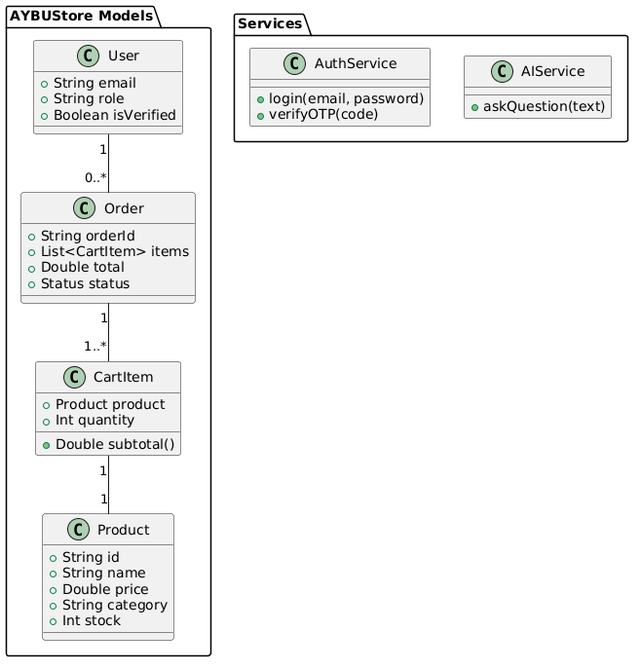
Earlier version of the PlantUML export work/diagrams_aybustore/class_diagram.png (myz21/AYBUStore). The source it was exported from:
```plantuml
@startuml
package "AYBUStore Models" {
  class Product {
    +String id
    +String name
    +Double price
    +String category
    +Int stock
  }

  class CartItem {
    +Product product
    +Int quantity
    +Double subtotal()
  }

  class User {
    +String email
    +String role
    +Boolean isVerified
  }

  class Order {
    +String orderId
    +List<CartItem> items
    +Double total
    +Status status
  }
}

package "Services" {
  class AuthService {
    +login(email, password)
    +verifyOTP(code)
  }

  class AIService {
    +askQuestion(text)
  }
}

User "1" -- "0..*" Order
Order "1" -- "1..*" CartItem
CartItem "1" -- "1" Product
@enduml
```
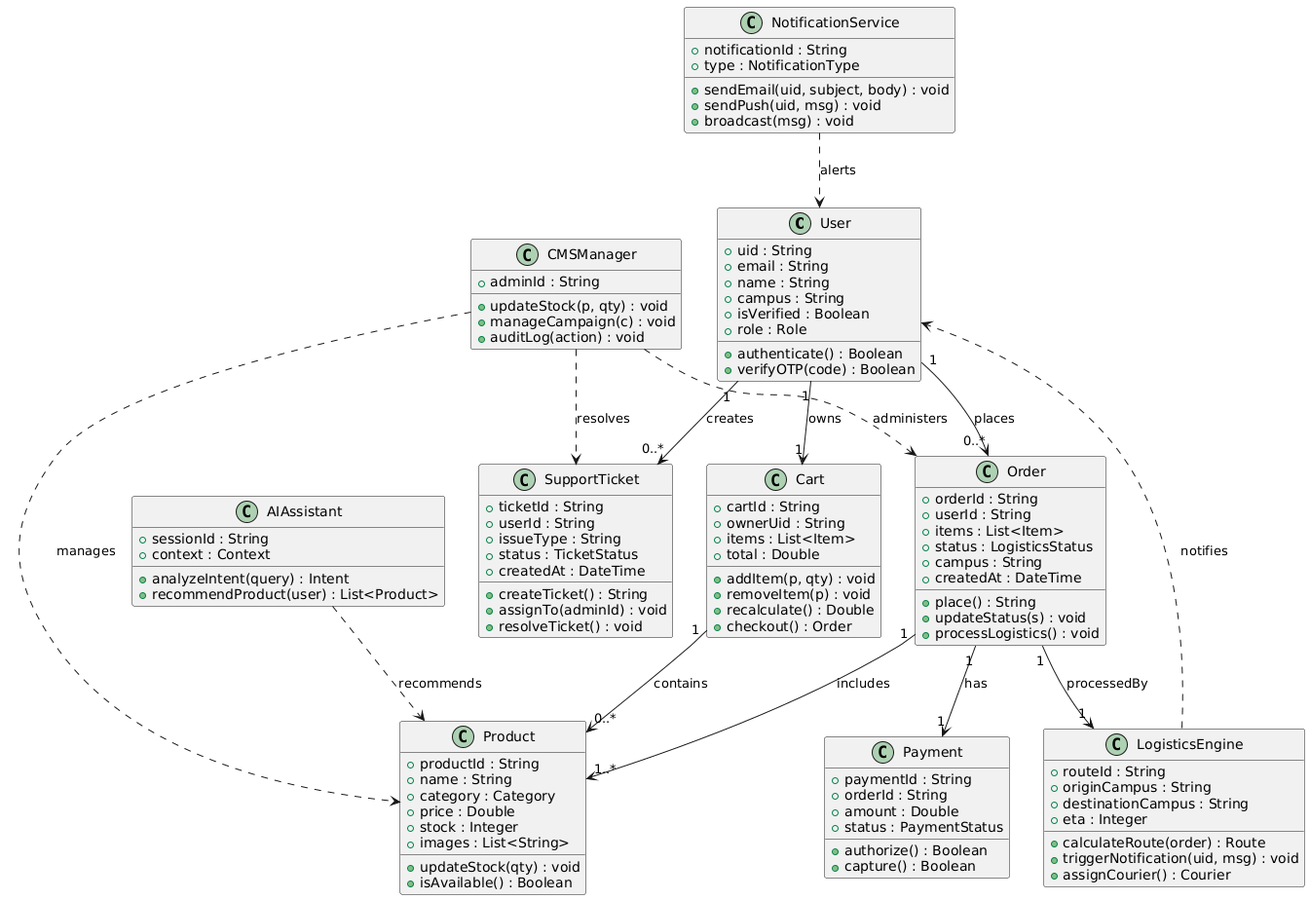
The same diagram one commit later.

Change to the diagram source:
```diff
@@ -1,45 +1,113 @@
 @startuml
-package "AYBUStore Models" {
-  class Product {
-    +String id
-    +String name
-    +Double price
-    +String category
-    +Int stock
-  }
-
-  class CartItem {
-    +Product product
-    +Int quantity
-    +Double subtotal()
-  }
-
-  class User {
-    +String email
-    +String role
-    +Boolean isVerified
-  }
-
-  class Order {
-    +String orderId
-    +List<CartItem> items
-    +Double total
-    +Status status
-  }
+class User {
+  +uid : String
+  +email : String
+  +name : String
+  +campus : String
+  +isVerified : Boolean
+  +role : Role
+  +authenticate() : Boolean
+  +verifyOTP(code) : Boolean
 }
 
-package "Services" {
-  class AuthService {
-    +login(email, password)
-    +verifyOTP(code)
-  }
-
-  class AIService {
-    +askQuestion(text)
-  }
+class Product {
+  +productId : String
+  +name : String
+  +category : Category
+  +price : Double
+  +stock : Integer
+  +images : List<String>
+  +updateStock(qty) : void
+  +isAvailable() : Boolean
 }
 
-User "1" -- "0..*" Order
-Order "1" -- "1..*" CartItem
-CartItem "1" -- "1" Product
+class Order {
+  +orderId : String
+  +userId : String
+  +items : List<Item>
+  +status : LogisticsStatus
+  +campus : String
+  +createdAt : DateTime
+  +place() : String
+  +updateStatus(s) : void
+  +processLogistics() : void
+}
+
+class Cart {
+  +cartId : String
+  +ownerUid : String
+  +items : List<Item>
+  +total : Double
+  +addItem(p, qty) : void
+  +removeItem(p) : void
+  +recalculate() : Double
+  +checkout() : Order
+}
+
+class Payment {
+  +paymentId : String
+  +orderId : String
+  +amount : Double
+  +status : PaymentStatus
+  +authorize() : Boolean
+  +capture() : Boolean
+}
+
+class AIAssistant {
+  +sessionId : String
+  +context : Context
+  +analyzeIntent(query) : Intent
+  +recommendProduct(user) : List<Product>
+}
+
+class CMSManager {
+  +adminId : String
+  +updateStock(p, qty) : void
+  +manageCampaign(c) : void
+  +auditLog(action) : void
+}
+
+class LogisticsEngine {
+  +routeId : String
+  +originCampus : String
+  +destinationCampus : String
+  +eta : Integer
+  +calculateRoute(order) : Route
+  +triggerNotification(uid, msg) : void
+  +assignCourier() : Courier
+}
+
+class NotificationService {
+  +notificationId : String
+  +type : NotificationType
+  +sendEmail(uid, subject, body) : void
+  +sendPush(uid, msg) : void
+  +broadcast(msg) : void
+}
+
+class SupportTicket {
+  +ticketId : String
+  +userId : String
+  +issueType : String
+  +status : TicketStatus
+  +createdAt : DateTime
+  +createTicket() : String
+  +assignTo(adminId) : void
+  +resolveTicket() : void
+}
+
+User "1" --> "0..*" Order : places
+User "1" --> "1" Cart : owns
+Cart "1" --> "0..*" Product : contains
+Order "1" --> "1..*" Product : includes
+Order "1" --> "1" Payment : has
+Order "1" --> "1" LogisticsEngine : processedBy
+AIAssistant ..> Product : recommends
+CMSManager ..> Product : manages
+CMSManager ..> Order : administers
+LogisticsEngine ..> User : notifies
+
+User "1" --> "0..*" SupportTicket : creates
+CMSManager ..> SupportTicket : resolves
+NotificationService ..> User : alerts
 @enduml
```
